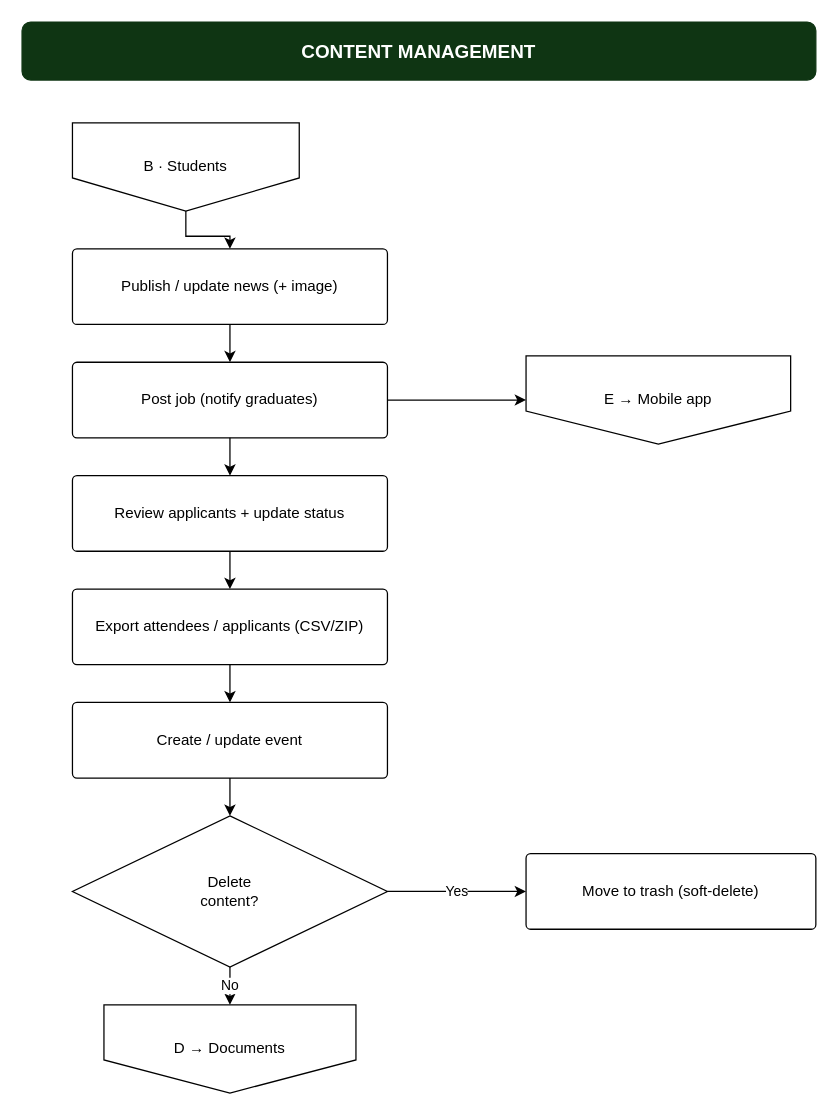
Earlier version of the draw.io diagram page "Admin — Content" (4 of 7) of docs/reunio-admin-flow.drawio (dibidjims17/Alumni-System). Source tidied: cells renumbered, new cells numbered last; positions are measured from the earlier drawing's top-left corner, leaving out a move shared by most shapes. Both pictures are drawn from the tidied source at 126%, with x=0, y=0 at pixel (21, 21).
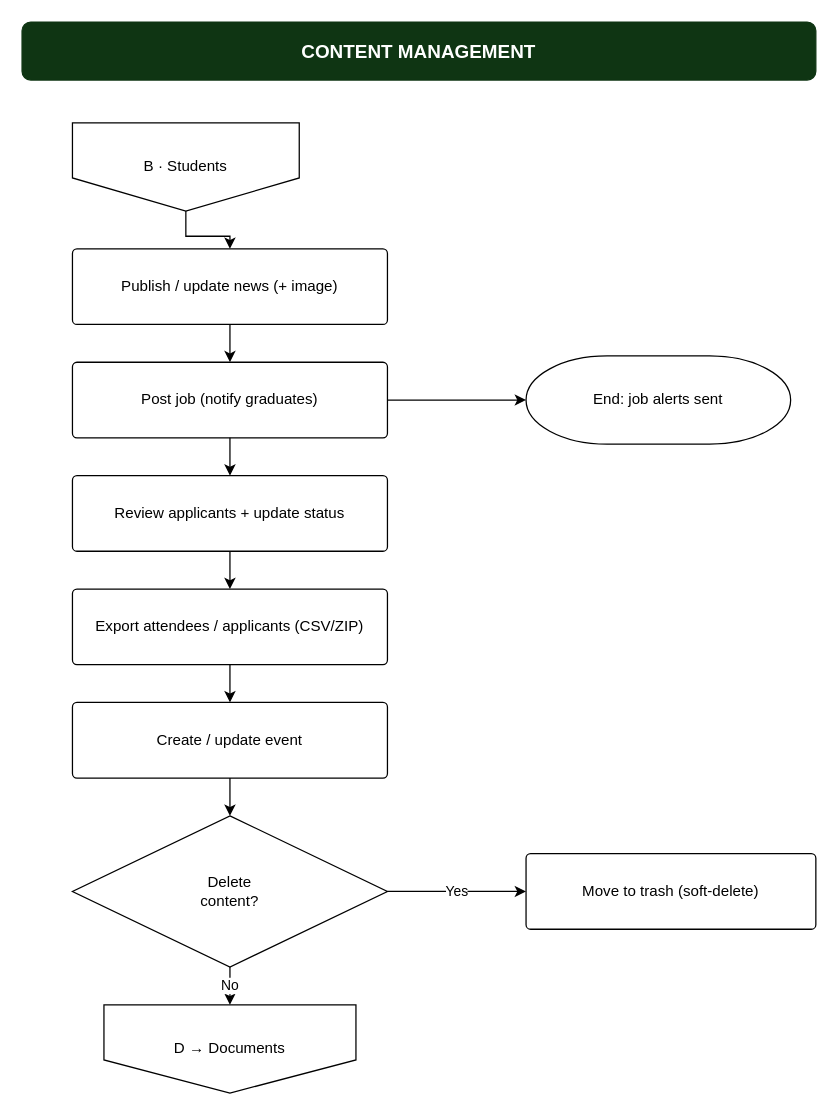
Above is the later version.

Change to the diagram source:
```diff
@@
-    <mxCell id="6" value="E → Mobile app" style="shape=offPageConnector;whiteSpace=wrap;html=1;fontSize=12;" parent="1" vertex="1">
+    <mxCell id="6" value="End: job alerts sent" style="shape=mxgraph.flowchart.terminator;whiteSpace=wrap;html=1;" parent="1" vertex="1">
       <mxGeometry x="400" y="265" width="210" height="70" as="geometry" />
     </mxCell>
```
